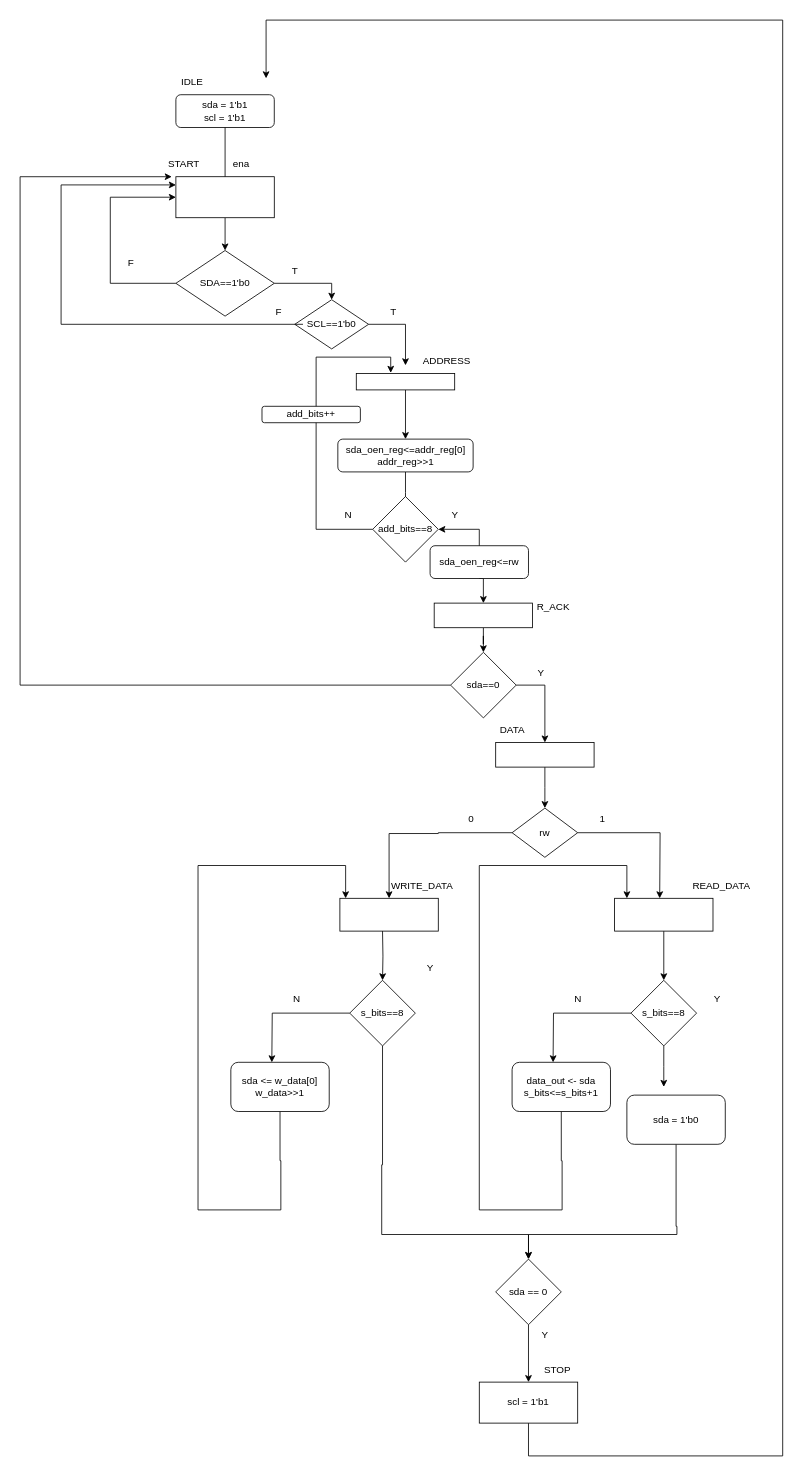
This is i2c_master.drawio from MirMaiti/I2C, a draw.io file, before an edit. Source tidied: cells renumbered, new cells numbered last; positions are measured from the earlier drawing's top-left corner, leaving out a move shared by most shapes. Both pictures are drawn from the tidied source at 82%, with x=0, y=0 at pixel (20, 20).
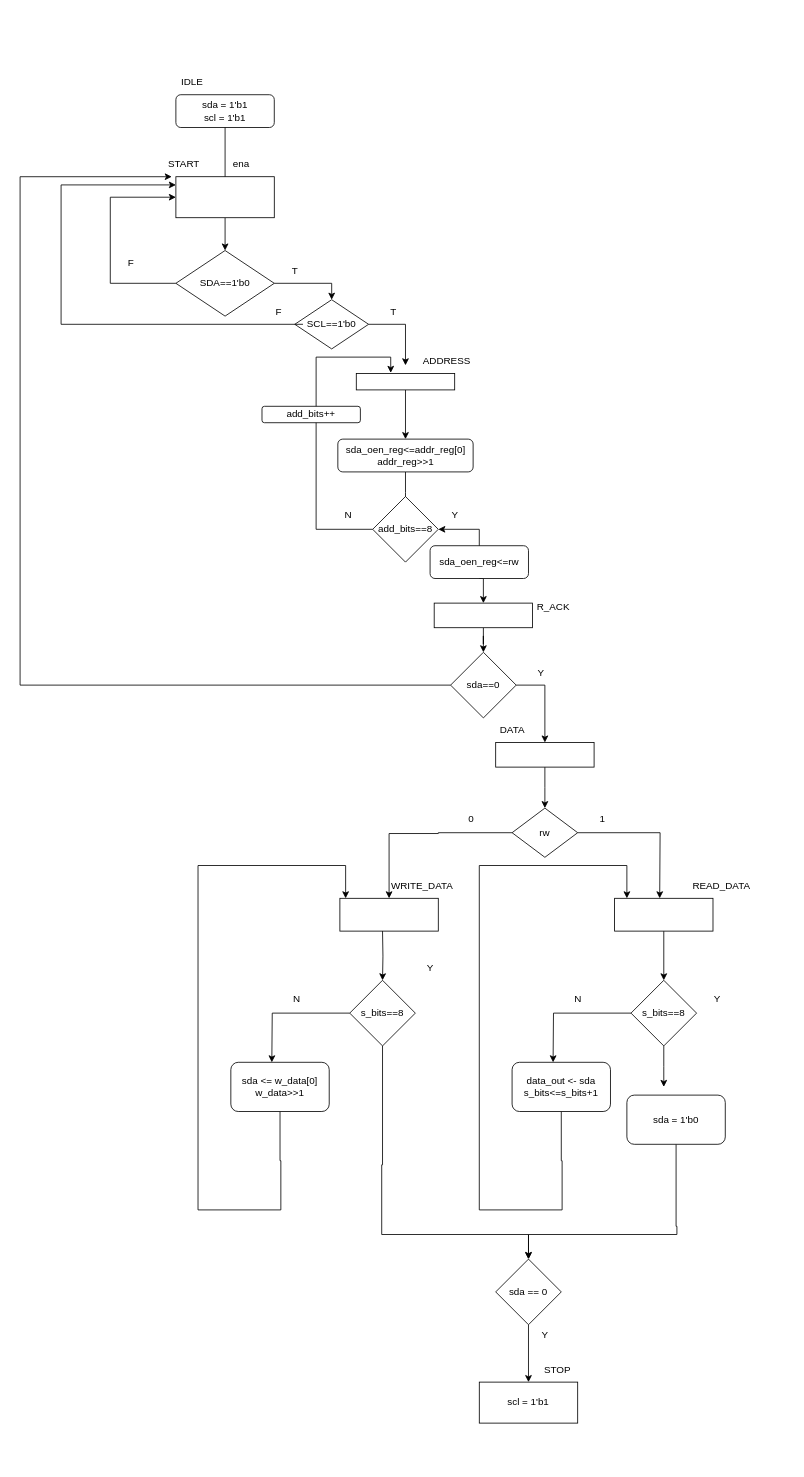
Above is the later version.

Unchanged cells that the change refers to:
```xml
<mxCell id="69" value="scl = 1'b1" style="whiteSpace=wrap;html=1;" parent="1" vertex="1">
  <mxGeometry x="560" y="1661" width="120" height="50" as="geometry" />
</mxCell>
```

What changed in the source:
```diff
@@
-    <mxCell id="68" style="edgeStyle=orthogonalEdgeStyle;rounded=0;jettySize=auto;html=1;" parent="1" edge="1" source="69">
-      <mxGeometry relative="1" as="geometry">
-        <mxPoint x="300" y="71" as="targetPoint" />
-        <Array as="points">
-          <mxPoint x="620" y="1751" />
-          <mxPoint x="930" y="1751" />
-          <mxPoint x="930" />
-        </Array>
-      </mxGeometry>
-    </mxCell>
```
